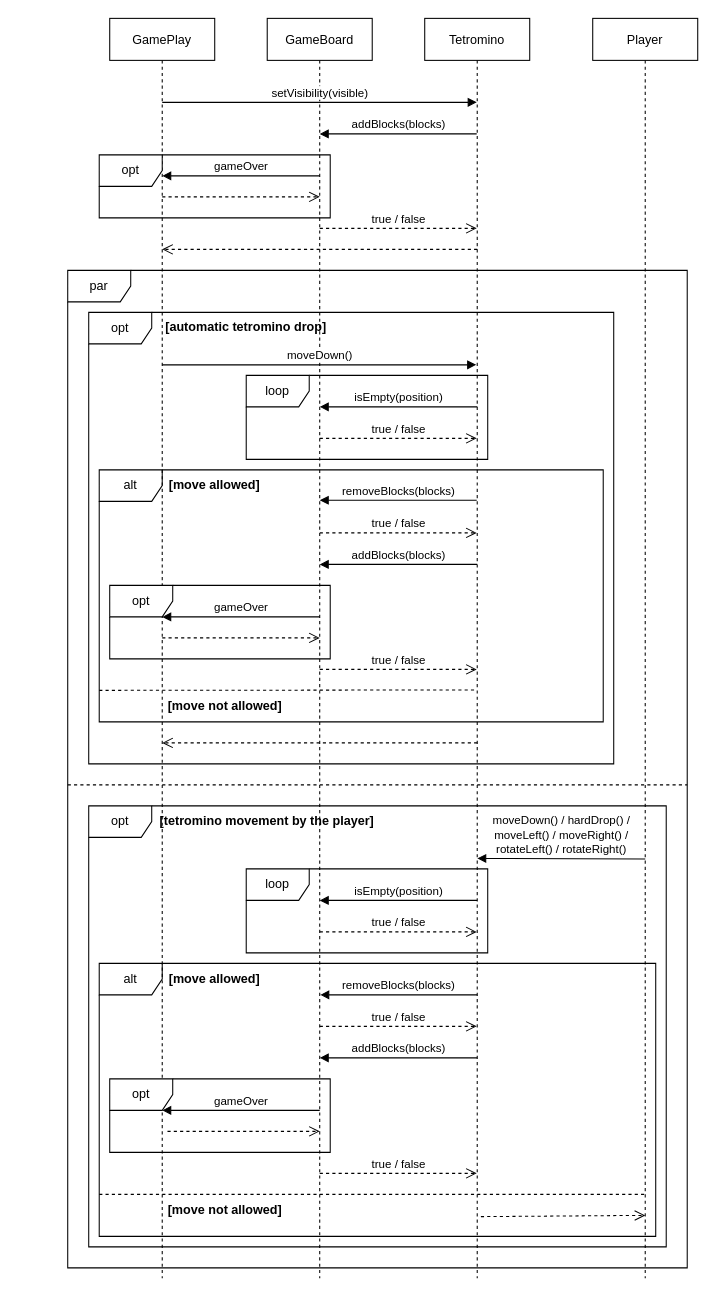
attila-ks/tetris keeps this draw.io diagram as design/subsystem-interactions.drawio. Above is the earlier version. Source tidied: cells renumbered, new cells numbered last; positions are measured from the earlier drawing's top-left corner, leaving out a move shared by most shapes. Both pictures are drawn from the tidied source at 105%, with x=0, y=0 at pixel (67, 18).
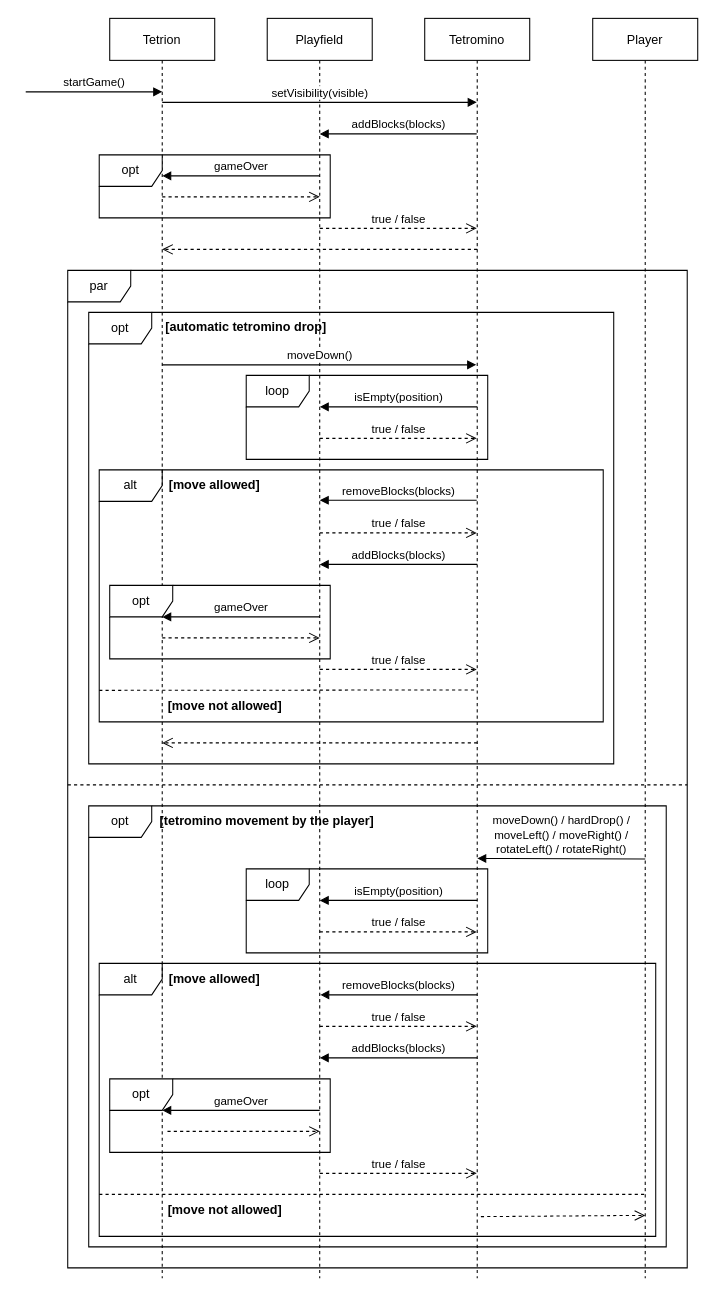
The same diagram, later.

Commit message:
Update sequence diagram of subsystem interactions

The edit, as a diff of the source:
```diff
@@
-    <mxCell id="8" value="GamePlay" style="shape=umlLifeline;perimeter=lifelinePerimeter;rounded=0;shadow=0;strokeWidth=1;" parent="1" vertex="1">
+    <mxCell id="8" value="Tetrion" style="shape=umlLifeline;perimeter=lifelinePerimeter;rounded=0;shadow=0;strokeWidth=1;" parent="1" vertex="1">
       <mxGeometry x="40" width="100" height="1200" as="geometry" />
     </mxCell>
-    <mxCell id="9" value="GameBoard" style="shape=umlLifeline;perimeter=lifelinePerimeter;rounded=0;shadow=0;strokeWidth=1;" parent="1" vertex="1">
+    <mxCell id="9" value="Playfield" style="shape=umlLifeline;perimeter=lifelinePerimeter;rounded=0;shadow=0;strokeWidth=1;" parent="1" vertex="1">
       <mxGeometry x="190" width="100" height="1200" as="geometry" />
     </mxCell>
@@
+    <mxCell id="51" value="startGame()" style="html=1;verticalAlign=bottom;endArrow=block;rounded=0;" parent="1" edge="1">
+      <mxGeometry relative="1" as="geometry">
+        <mxPoint x="-40" y="70" as="sourcePoint" />
+        <mxPoint x="90" y="70" as="targetPoint" />
+      </mxGeometry>
+    </mxCell>
```
